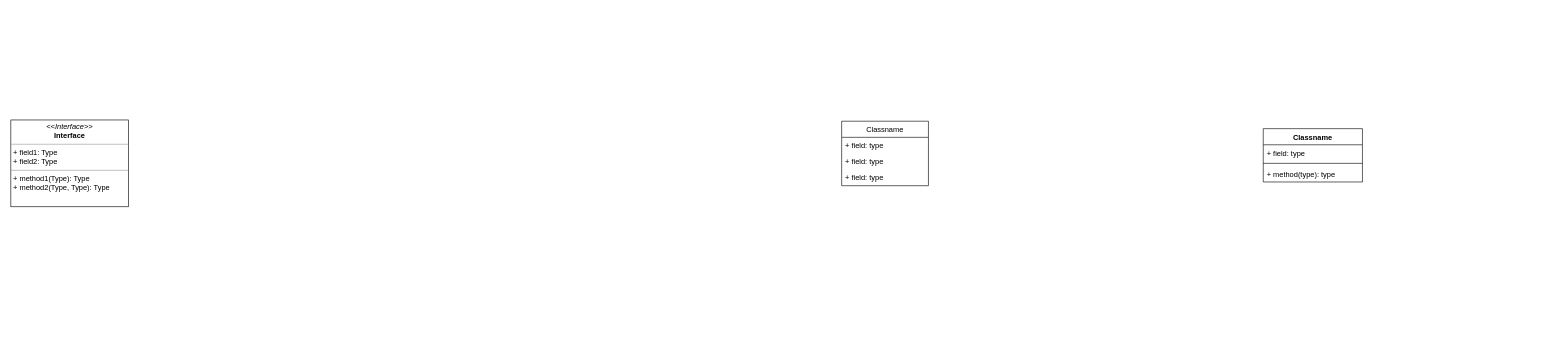
Above: Untitled Diagram.drawio in littleVrunningaround/UML-Diagram (draw.io), before the change. Source tidied: cells renumbered, new cells numbered last; positions are measured from the earlier drawing's top-left corner, leaving out a move shared by most shapes. Both pictures are drawn from the tidied source at 62%, with x=0, y=0 at pixel (11, 120).
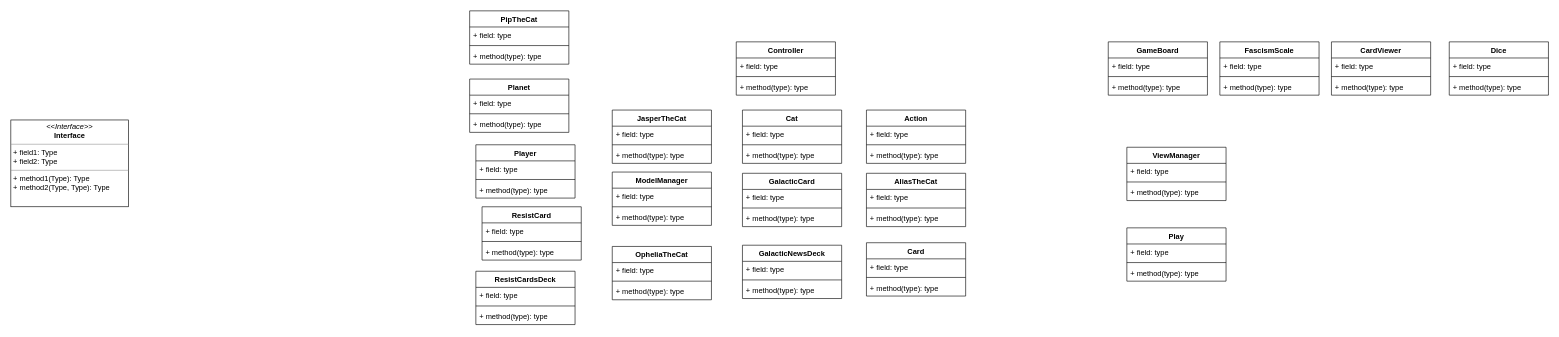
The same page after the edit.

Diff of the diagram source:
```diff
@@
-    <mxCell id="2" value="Classname" style="swimlane;fontStyle=1;align=center;verticalAlign=top;horizontal=1;startSize=26;" parent="1" vertex="1">
-      <mxGeometry x="2020" y="14" width="160" height="86" as="geometry" />
+    <mxCell id="2" value="FascismScale" style="swimlane;fontStyle=1;align=center;verticalAlign=top;horizontal=1;startSize=26;" parent="1" vertex="1">
+      <mxGeometry x="1950" y="-126" width="160" height="86" as="geometry" />
     </mxCell>
@@
-    <mxCell id="7" value="Classname" style="swimlane;fontStyle=0;horizontal=1;startSize=26;fillColor=none;" parent="1" vertex="1">
-      <mxGeometry x="1340" y="2" width="140" height="104" as="geometry" />
-    </mxCell>
-    <mxCell id="8" value="+ field: type" style="text;strokeColor=none;fillColor=none;align=left;verticalAlign=top;spacingLeft=4;spacingRight=4;overflow=hidden;" parent="7" vertex="1">
-      <mxGeometry y="26" width="140" height="26" as="geometry" />
-    </mxCell>
-    <mxCell id="9" value="+ field: type" style="text;strokeColor=none;fillColor=none;align=left;verticalAlign=top;spacingLeft=4;spacingRight=4;overflow=hidden;" parent="7" vertex="1">
-      <mxGeometry y="52" width="140" height="26" as="geometry" />
-    </mxCell>
-    <mxCell id="10" value="+ field: type" style="text;strokeColor=none;fillColor=none;align=left;verticalAlign=top;spacingLeft=4;spacingRight=4;overflow=hidden;" parent="7" vertex="1">
-      <mxGeometry y="78" width="140" height="26" as="geometry" />
-    </mxCell>
+    <mxCell id="11" value="GameBoard" style="swimlane;fontStyle=1;align=center;verticalAlign=top;horizontal=1;startSize=26;" parent="1" vertex="1">
+      <mxGeometry x="1770" y="-126" width="160" height="86" as="geometry" />
+    </mxCell>
+    <mxCell id="12" value="+ field: type" style="text;strokeColor=none;fillColor=none;align=left;verticalAlign=top;spacingLeft=4;spacingRight=4;overflow=hidden;" parent="11" vertex="1">
+      <mxGeometry y="26" width="160" height="26" as="geometry" />
+    </mxCell>
+    <mxCell id="13" style="line;strokeWidth=1;fillColor=none;align=left;verticalAlign=middle;spacingTop=-1;spacingLeft=3;spacingRight=3;labelPosition=right;strokeColor=inherit;" parent="11" vertex="1">
+      <mxGeometry y="52" width="160" height="8" as="geometry" />
+    </mxCell>
+    <mxCell id="14" value="+ method(type): type" style="text;strokeColor=none;fillColor=none;align=left;verticalAlign=top;spacingLeft=4;spacingRight=4;overflow=hidden;" parent="11" vertex="1">
+      <mxGeometry y="60" width="160" height="26" as="geometry" />
+    </mxCell>
+    <mxCell id="15" value="CardViewer" style="swimlane;fontStyle=1;align=center;verticalAlign=top;horizontal=1;startSize=26;" parent="1" vertex="1">
+      <mxGeometry x="2130" y="-126" width="160" height="86" as="geometry" />
+    </mxCell>
+    <mxCell id="16" value="+ field: type" style="text;strokeColor=none;fillColor=none;align=left;verticalAlign=top;spacingLeft=4;spacingRight=4;overflow=hidden;" parent="15" vertex="1">
+      <mxGeometry y="26" width="160" height="26" as="geometry" />
+    </mxCell>
+    <mxCell id="17" style="line;strokeWidth=1;fillColor=none;align=left;verticalAlign=middle;spacingTop=-1;spacingLeft=3;spacingRight=3;labelPosition=right;strokeColor=inherit;" parent="15" vertex="1">
+      <mxGeometry y="52" width="160" height="8" as="geometry" />
+    </mxCell>
+    <mxCell id="18" value="+ method(type): type" style="text;strokeColor=none;fillColor=none;align=left;verticalAlign=top;spacingLeft=4;spacingRight=4;overflow=hidden;" parent="15" vertex="1">
+      <mxGeometry y="60" width="160" height="26" as="geometry" />
+    </mxCell>
+    <mxCell id="19" value="Dice" style="swimlane;fontStyle=1;align=center;verticalAlign=top;horizontal=1;startSize=26;" parent="1" vertex="1">
+      <mxGeometry x="2320" y="-126" width="160" height="86" as="geometry" />
+    </mxCell>
+    <mxCell id="20" value="+ field: type" style="text;strokeColor=none;fillColor=none;align=left;verticalAlign=top;spacingLeft=4;spacingRight=4;overflow=hidden;" parent="19" vertex="1">
+      <mxGeometry y="26" width="160" height="26" as="geometry" />
+    </mxCell>
+    <mxCell id="21" style="line;strokeWidth=1;fillColor=none;align=left;verticalAlign=middle;spacingTop=-1;spacingLeft=3;spacingRight=3;labelPosition=right;strokeColor=inherit;" parent="19" vertex="1">
+      <mxGeometry y="52" width="160" height="8" as="geometry" />
+    </mxCell>
+    <mxCell id="22" value="+ method(type): type" style="text;strokeColor=none;fillColor=none;align=left;verticalAlign=top;spacingLeft=4;spacingRight=4;overflow=hidden;" parent="19" vertex="1">
+      <mxGeometry y="60" width="160" height="26" as="geometry" />
+    </mxCell>
+    <mxCell id="23" value="ViewManager" style="swimlane;fontStyle=1;align=center;verticalAlign=top;horizontal=1;startSize=26;" parent="1" vertex="1">
+      <mxGeometry x="1800" y="44" width="160" height="86" as="geometry" />
+    </mxCell>
+    <mxCell id="24" value="+ field: type" style="text;strokeColor=none;fillColor=none;align=left;verticalAlign=top;spacingLeft=4;spacingRight=4;overflow=hidden;" parent="23" vertex="1">
+      <mxGeometry y="26" width="160" height="26" as="geometry" />
+    </mxCell>
+    <mxCell id="25" style="line;strokeWidth=1;fillColor=none;align=left;verticalAlign=middle;spacingTop=-1;spacingLeft=3;spacingRight=3;labelPosition=right;strokeColor=inherit;" parent="23" vertex="1">
+      <mxGeometry y="52" width="160" height="8" as="geometry" />
+    </mxCell>
+    <mxCell id="26" value="+ method(type): type" style="text;strokeColor=none;fillColor=none;align=left;verticalAlign=top;spacingLeft=4;spacingRight=4;overflow=hidden;" parent="23" vertex="1">
+      <mxGeometry y="60" width="160" height="26" as="geometry" />
+    </mxCell>
+    <mxCell id="27" value="Play" style="swimlane;fontStyle=1;align=center;verticalAlign=top;horizontal=1;startSize=26;" parent="1" vertex="1">
+      <mxGeometry x="1800" y="174" width="160" height="86" as="geometry" />
+    </mxCell>
+    <mxCell id="28" value="+ field: type" style="text;strokeColor=none;fillColor=none;align=left;verticalAlign=top;spacingLeft=4;spacingRight=4;overflow=hidden;" parent="27" vertex="1">
+      <mxGeometry y="26" width="160" height="26" as="geometry" />
+    </mxCell>
+    <mxCell id="29" style="line;strokeWidth=1;fillColor=none;align=left;verticalAlign=middle;spacingTop=-1;spacingLeft=3;spacingRight=3;labelPosition=right;strokeColor=inherit;" parent="27" vertex="1">
+      <mxGeometry y="52" width="160" height="8" as="geometry" />
+    </mxCell>
+    <mxCell id="30" value="+ method(type): type" style="text;strokeColor=none;fillColor=none;align=left;verticalAlign=top;spacingLeft=4;spacingRight=4;overflow=hidden;" parent="27" vertex="1">
+      <mxGeometry y="60" width="160" height="26" as="geometry" />
+    </mxCell>
+    <mxCell id="31" value="Controller" style="swimlane;fontStyle=1;align=center;verticalAlign=top;horizontal=1;startSize=26;" parent="1" vertex="1">
+      <mxGeometry x="1170" y="-126" width="160" height="86" as="geometry" />
+    </mxCell>
+    <mxCell id="32" value="+ field: type" style="text;strokeColor=none;fillColor=none;align=left;verticalAlign=top;spacingLeft=4;spacingRight=4;overflow=hidden;" parent="31" vertex="1">
+      <mxGeometry y="26" width="160" height="26" as="geometry" />
+    </mxCell>
+    <mxCell id="33" style="line;strokeWidth=1;fillColor=none;align=left;verticalAlign=middle;spacingTop=-1;spacingLeft=3;spacingRight=3;labelPosition=right;strokeColor=inherit;" parent="31" vertex="1">
+      <mxGeometry y="52" width="160" height="8" as="geometry" />
+    </mxCell>
+    <mxCell id="34" value="+ method(type): type" style="text;strokeColor=none;fillColor=none;align=left;verticalAlign=top;spacingLeft=4;spacingRight=4;overflow=hidden;" parent="31" vertex="1">
+      <mxGeometry y="60" width="160" height="26" as="geometry" />
+    </mxCell>
+    <mxCell id="35" value="ModelManager" style="swimlane;fontStyle=1;align=center;verticalAlign=top;horizontal=1;startSize=26;" parent="1" vertex="1">
+      <mxGeometry x="970" y="84" width="160" height="86" as="geometry" />
+    </mxCell>
+    <mxCell id="36" value="+ field: type" style="text;strokeColor=none;fillColor=none;align=left;verticalAlign=top;spacingLeft=4;spacingRight=4;overflow=hidden;" parent="35" vertex="1">
+      <mxGeometry y="26" width="160" height="26" as="geometry" />
+    </mxCell>
+    <mxCell id="37" style="line;strokeWidth=1;fillColor=none;align=left;verticalAlign=middle;spacingTop=-1;spacingLeft=3;spacingRight=3;labelPosition=right;strokeColor=inherit;" parent="35" vertex="1">
+      <mxGeometry y="52" width="160" height="8" as="geometry" />
+    </mxCell>
+    <mxCell id="38" value="+ method(type): type" style="text;strokeColor=none;fillColor=none;align=left;verticalAlign=top;spacingLeft=4;spacingRight=4;overflow=hidden;" parent="35" vertex="1">
+      <mxGeometry y="60" width="160" height="26" as="geometry" />
+    </mxCell>
+    <mxCell id="39" value="JasperTheCat" style="swimlane;fontStyle=1;align=center;verticalAlign=top;horizontal=1;startSize=26;" parent="1" vertex="1">
+      <mxGeometry x="970" y="-16" width="160" height="86" as="geometry" />
+    </mxCell>
+    <mxCell id="40" value="+ field: type" style="text;strokeColor=none;fillColor=none;align=left;verticalAlign=top;spacingLeft=4;spacingRight=4;overflow=hidden;" parent="39" vertex="1">
+      <mxGeometry y="26" width="160" height="26" as="geometry" />
+    </mxCell>
+    <mxCell id="41" style="line;strokeWidth=1;fillColor=none;align=left;verticalAlign=middle;spacingTop=-1;spacingLeft=3;spacingRight=3;labelPosition=right;strokeColor=inherit;" parent="39" vertex="1">
+      <mxGeometry y="52" width="160" height="8" as="geometry" />
+    </mxCell>
+    <mxCell id="42" value="+ method(type): type" style="text;strokeColor=none;fillColor=none;align=left;verticalAlign=top;spacingLeft=4;spacingRight=4;overflow=hidden;" parent="39" vertex="1">
+      <mxGeometry y="60" width="160" height="26" as="geometry" />
+    </mxCell>
+    <mxCell id="43" value="Action" style="swimlane;fontStyle=1;align=center;verticalAlign=top;horizontal=1;startSize=26;" parent="1" vertex="1">
+      <mxGeometry x="1380" y="-16" width="160" height="86" as="geometry" />
+    </mxCell>
+    <mxCell id="44" value="+ field: type" style="text;strokeColor=none;fillColor=none;align=left;verticalAlign=top;spacingLeft=4;spacingRight=4;overflow=hidden;" parent="43" vertex="1">
+      <mxGeometry y="26" width="160" height="26" as="geometry" />
+    </mxCell>
+    <mxCell id="45" style="line;strokeWidth=1;fillColor=none;align=left;verticalAlign=middle;spacingTop=-1;spacingLeft=3;spacingRight=3;labelPosition=right;strokeColor=inherit;" parent="43" vertex="1">
+      <mxGeometry y="52" width="160" height="8" as="geometry" />
+    </mxCell>
+    <mxCell id="46" value="+ method(type): type" style="text;strokeColor=none;fillColor=none;align=left;verticalAlign=top;spacingLeft=4;spacingRight=4;overflow=hidden;" parent="43" vertex="1">
+      <mxGeometry y="60" width="160" height="26" as="geometry" />
+    </mxCell>
+    <mxCell id="47" value="OpheliaTheCat" style="swimlane;fontStyle=1;align=center;verticalAlign=top;horizontal=1;startSize=26;" parent="1" vertex="1">
+      <mxGeometry x="970" y="204" width="160" height="86" as="geometry" />
+    </mxCell>
+    <mxCell id="48" value="+ field: type" style="text;strokeColor=none;fillColor=none;align=left;verticalAlign=top;spacingLeft=4;spacingRight=4;overflow=hidden;" parent="47" vertex="1">
+      <mxGeometry y="26" width="160" height="26" as="geometry" />
+    </mxCell>
+    <mxCell id="49" style="line;strokeWidth=1;fillColor=none;align=left;verticalAlign=middle;spacingTop=-1;spacingLeft=3;spacingRight=3;labelPosition=right;strokeColor=inherit;" parent="47" vertex="1">
+      <mxGeometry y="52" width="160" height="8" as="geometry" />
+    </mxCell>
+    <mxCell id="50" value="+ method(type): type" style="text;strokeColor=none;fillColor=none;align=left;verticalAlign=top;spacingLeft=4;spacingRight=4;overflow=hidden;" parent="47" vertex="1">
+      <mxGeometry y="60" width="160" height="26" as="geometry" />
+    </mxCell>
+    <mxCell id="51" value="Cat" style="swimlane;fontStyle=1;align=center;verticalAlign=top;horizontal=1;startSize=26;" parent="1" vertex="1">
+      <mxGeometry x="1180" y="-16" width="160" height="86" as="geometry" />
+    </mxCell>
+    <mxCell id="52" value="+ field: type" style="text;strokeColor=none;fillColor=none;align=left;verticalAlign=top;spacingLeft=4;spacingRight=4;overflow=hidden;" parent="51" vertex="1">
+      <mxGeometry y="26" width="160" height="26" as="geometry" />
+    </mxCell>
+    <mxCell id="53" style="line;strokeWidth=1;fillColor=none;align=left;verticalAlign=middle;spacingTop=-1;spacingLeft=3;spacingRight=3;labelPosition=right;strokeColor=inherit;" parent="51" vertex="1">
+      <mxGeometry y="52" width="160" height="8" as="geometry" />
+    </mxCell>
+    <mxCell id="54" value="+ method(type): type" style="text;strokeColor=none;fillColor=none;align=left;verticalAlign=top;spacingLeft=4;spacingRight=4;overflow=hidden;" parent="51" vertex="1">
+      <mxGeometry y="60" width="160" height="26" as="geometry" />
+    </mxCell>
+    <mxCell id="55" value="GalacticCard" style="swimlane;fontStyle=1;align=center;verticalAlign=top;horizontal=1;startSize=26;" parent="1" vertex="1">
+      <mxGeometry x="1180" y="86" width="160" height="86" as="geometry" />
+    </mxCell>
+    <mxCell id="56" value="+ field: type" style="text;strokeColor=none;fillColor=none;align=left;verticalAlign=top;spacingLeft=4;spacingRight=4;overflow=hidden;" parent="55" vertex="1">
+      <mxGeometry y="26" width="160" height="26" as="geometry" />
+    </mxCell>
+    <mxCell id="57" style="line;strokeWidth=1;fillColor=none;align=left;verticalAlign=middle;spacingTop=-1;spacingLeft=3;spacingRight=3;labelPosition=right;strokeColor=inherit;" parent="55" vertex="1">
+      <mxGeometry y="52" width="160" height="8" as="geometry" />
+    </mxCell>
+    <mxCell id="58" value="+ method(type): type" style="text;strokeColor=none;fillColor=none;align=left;verticalAlign=top;spacingLeft=4;spacingRight=4;overflow=hidden;" parent="55" vertex="1">
+      <mxGeometry y="60" width="160" height="26" as="geometry" />
+    </mxCell>
+    <mxCell id="59" value="GalacticNewsDeck" style="swimlane;fontStyle=1;align=center;verticalAlign=top;horizontal=1;startSize=26;" parent="1" vertex="1">
+      <mxGeometry x="1180" y="202" width="160" height="86" as="geometry" />
+    </mxCell>
+    <mxCell id="60" value="+ field: type" style="text;strokeColor=none;fillColor=none;align=left;verticalAlign=top;spacingLeft=4;spacingRight=4;overflow=hidden;" parent="59" vertex="1">
+      <mxGeometry y="26" width="160" height="26" as="geometry" />
+    </mxCell>
+    <mxCell id="61" style="line;strokeWidth=1;fillColor=none;align=left;verticalAlign=middle;spacingTop=-1;spacingLeft=3;spacingRight=3;labelPosition=right;strokeColor=inherit;" parent="59" vertex="1">
+      <mxGeometry y="52" width="160" height="8" as="geometry" />
+    </mxCell>
+    <mxCell id="62" value="+ method(type): type" style="text;strokeColor=none;fillColor=none;align=left;verticalAlign=top;spacingLeft=4;spacingRight=4;overflow=hidden;" parent="59" vertex="1">
+      <mxGeometry y="60" width="160" height="26" as="geometry" />
+    </mxCell>
+    <mxCell id="63" value="AliasTheCat" style="swimlane;fontStyle=1;align=center;verticalAlign=top;horizontal=1;startSize=26;" parent="1" vertex="1">
+      <mxGeometry x="1380" y="86" width="160" height="86" as="geometry" />
+    </mxCell>
+    <mxCell id="64" value="+ field: type" style="text;strokeColor=none;fillColor=none;align=left;verticalAlign=top;spacingLeft=4;spacingRight=4;overflow=hidden;" parent="63" vertex="1">
+      <mxGeometry y="26" width="160" height="26" as="geometry" />
+    </mxCell>
+    <mxCell id="65" style="line;strokeWidth=1;fillColor=none;align=left;verticalAlign=middle;spacingTop=-1;spacingLeft=3;spacingRight=3;labelPosition=right;strokeColor=inherit;" parent="63" vertex="1">
+      <mxGeometry y="52" width="160" height="8" as="geometry" />
+    </mxCell>
+    <mxCell id="66" value="+ method(type): type" style="text;strokeColor=none;fillColor=none;align=left;verticalAlign=top;spacingLeft=4;spacingRight=4;overflow=hidden;" parent="63" vertex="1">
+      <mxGeometry y="60" width="160" height="26" as="geometry" />
+    </mxCell>
+    <mxCell id="67" value="Card" style="swimlane;fontStyle=1;align=center;verticalAlign=top;horizontal=1;startSize=26;" parent="1" vertex="1">
+      <mxGeometry x="1380" y="198" width="160" height="86" as="geometry" />
+    </mxCell>
+    <mxCell id="68" value="+ field: type" style="text;strokeColor=none;fillColor=none;align=left;verticalAlign=top;spacingLeft=4;spacingRight=4;overflow=hidden;" parent="67" vertex="1">
+      <mxGeometry y="26" width="160" height="26" as="geometry" />
+    </mxCell>
+    <mxCell id="69" style="line;strokeWidth=1;fillColor=none;align=left;verticalAlign=middle;spacingTop=-1;spacingLeft=3;spacingRight=3;labelPosition=right;strokeColor=inherit;" parent="67" vertex="1">
+      <mxGeometry y="52" width="160" height="8" as="geometry" />
+    </mxCell>
+    <mxCell id="70" value="+ method(type): type" style="text;strokeColor=none;fillColor=none;align=left;verticalAlign=top;spacingLeft=4;spacingRight=4;overflow=hidden;" parent="67" vertex="1">
+      <mxGeometry y="60" width="160" height="26" as="geometry" />
+    </mxCell>
+    <mxCell id="71" value="PipTheCat" style="swimlane;fontStyle=1;align=center;verticalAlign=top;horizontal=1;startSize=26;" parent="1" vertex="1">
+      <mxGeometry x="740" y="-176" width="160" height="86" as="geometry" />
+    </mxCell>
+    <mxCell id="72" value="+ field: type" style="text;strokeColor=none;fillColor=none;align=left;verticalAlign=top;spacingLeft=4;spacingRight=4;overflow=hidden;" parent="71" vertex="1">
+      <mxGeometry y="26" width="160" height="26" as="geometry" />
+    </mxCell>
+    <mxCell id="73" style="line;strokeWidth=1;fillColor=none;align=left;verticalAlign=middle;spacingTop=-1;spacingLeft=3;spacingRight=3;labelPosition=right;strokeColor=inherit;" parent="71" vertex="1">
+      <mxGeometry y="52" width="160" height="8" as="geometry" />
+    </mxCell>
+    <mxCell id="74" value="+ method(type): type" style="text;strokeColor=none;fillColor=none;align=left;verticalAlign=top;spacingLeft=4;spacingRight=4;overflow=hidden;" parent="71" vertex="1">
+      <mxGeometry y="60" width="160" height="26" as="geometry" />
+    </mxCell>
+    <mxCell id="75" value="Planet" style="swimlane;fontStyle=1;align=center;verticalAlign=top;horizontal=1;startSize=26;" parent="1" vertex="1">
+      <mxGeometry x="740" y="-66" width="160" height="86" as="geometry" />
+    </mxCell>
+    <mxCell id="76" value="+ field: type" style="text;strokeColor=none;fillColor=none;align=left;verticalAlign=top;spacingLeft=4;spacingRight=4;overflow=hidden;" parent="75" vertex="1">
+      <mxGeometry y="26" width="160" height="26" as="geometry" />
+    </mxCell>
+    <mxCell id="77" style="line;strokeWidth=1;fillColor=none;align=left;verticalAlign=middle;spacingTop=-1;spacingLeft=3;spacingRight=3;labelPosition=right;strokeColor=inherit;" parent="75" vertex="1">
+      <mxGeometry y="52" width="160" height="8" as="geometry" />
+    </mxCell>
+    <mxCell id="78" value="+ method(type): type" style="text;strokeColor=none;fillColor=none;align=left;verticalAlign=top;spacingLeft=4;spacingRight=4;overflow=hidden;" parent="75" vertex="1">
+      <mxGeometry y="60" width="160" height="26" as="geometry" />
+    </mxCell>
+    <mxCell id="79" value="Player" style="swimlane;fontStyle=1;align=center;verticalAlign=top;horizontal=1;startSize=26;" parent="1" vertex="1">
+      <mxGeometry x="750" y="40" width="160" height="86" as="geometry" />
+    </mxCell>
+    <mxCell id="80" value="+ field: type" style="text;strokeColor=none;fillColor=none;align=left;verticalAlign=top;spacingLeft=4;spacingRight=4;overflow=hidden;" parent="79" vertex="1">
+      <mxGeometry y="26" width="160" height="26" as="geometry" />
+    </mxCell>
+    <mxCell id="81" style="line;strokeWidth=1;fillColor=none;align=left;verticalAlign=middle;spacingTop=-1;spacingLeft=3;spacingRight=3;labelPosition=right;strokeColor=inherit;" parent="79" vertex="1">
+      <mxGeometry y="52" width="160" height="8" as="geometry" />
+    </mxCell>
+    <mxCell id="82" value="+ method(type): type" style="text;strokeColor=none;fillColor=none;align=left;verticalAlign=top;spacingLeft=4;spacingRight=4;overflow=hidden;" parent="79" vertex="1">
+      <mxGeometry y="60" width="160" height="26" as="geometry" />
+    </mxCell>
+    <mxCell id="83" value="ResistCard" style="swimlane;fontStyle=1;align=center;verticalAlign=top;horizontal=1;startSize=26;" parent="1" vertex="1">
+      <mxGeometry x="760" y="140" width="160" height="86" as="geometry" />
+    </mxCell>
+    <mxCell id="84" value="+ field: type" style="text;strokeColor=none;fillColor=none;align=left;verticalAlign=top;spacingLeft=4;spacingRight=4;overflow=hidden;" parent="83" vertex="1">
+      <mxGeometry y="26" width="160" height="26" as="geometry" />
+    </mxCell>
+    <mxCell id="85" style="line;strokeWidth=1;fillColor=none;align=left;verticalAlign=middle;spacingTop=-1;spacingLeft=3;spacingRight=3;labelPosition=right;strokeColor=inherit;" parent="83" vertex="1">
+      <mxGeometry y="52" width="160" height="8" as="geometry" />
+    </mxCell>
+    <mxCell id="86" value="+ method(type): type" style="text;strokeColor=none;fillColor=none;align=left;verticalAlign=top;spacingLeft=4;spacingRight=4;overflow=hidden;" parent="83" vertex="1">
+      <mxGeometry y="60" width="160" height="26" as="geometry" />
+    </mxCell>
+    <mxCell id="87" value="ResistCardsDeck" style="swimlane;fontStyle=1;align=center;verticalAlign=top;horizontal=1;startSize=26;" parent="1" vertex="1">
+      <mxGeometry x="750" y="244" width="160" height="86" as="geometry" />
+    </mxCell>
+    <mxCell id="88" value="+ field: type" style="text;strokeColor=none;fillColor=none;align=left;verticalAlign=top;spacingLeft=4;spacingRight=4;overflow=hidden;" parent="87" vertex="1">
+      <mxGeometry y="26" width="160" height="26" as="geometry" />
+    </mxCell>
+    <mxCell id="89" style="line;strokeWidth=1;fillColor=none;align=left;verticalAlign=middle;spacingTop=-1;spacingLeft=3;spacingRight=3;labelPosition=right;strokeColor=inherit;" parent="87" vertex="1">
+      <mxGeometry y="52" width="160" height="8" as="geometry" />
+    </mxCell>
+    <mxCell id="90" value="+ method(type): type" style="text;strokeColor=none;fillColor=none;align=left;verticalAlign=top;spacingLeft=4;spacingRight=4;overflow=hidden;" parent="87" vertex="1">
+      <mxGeometry y="60" width="160" height="26" as="geometry" />
+    </mxCell>
```
